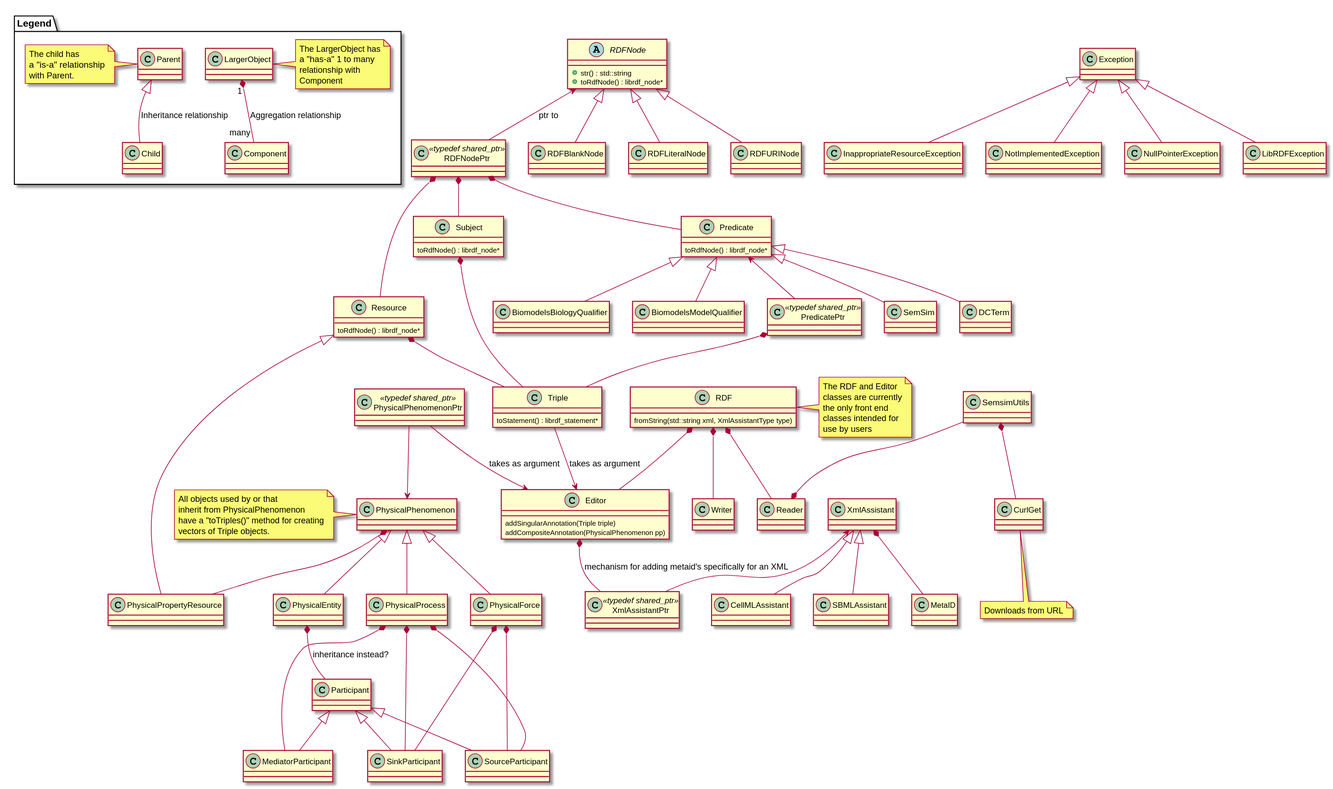
sys-bio/libOmexMeta keeps this PlantUML diagram as Design/CiaransDesignUpdatedObjectNamesOnly27_04_2020.svg. Above is the earlier version.
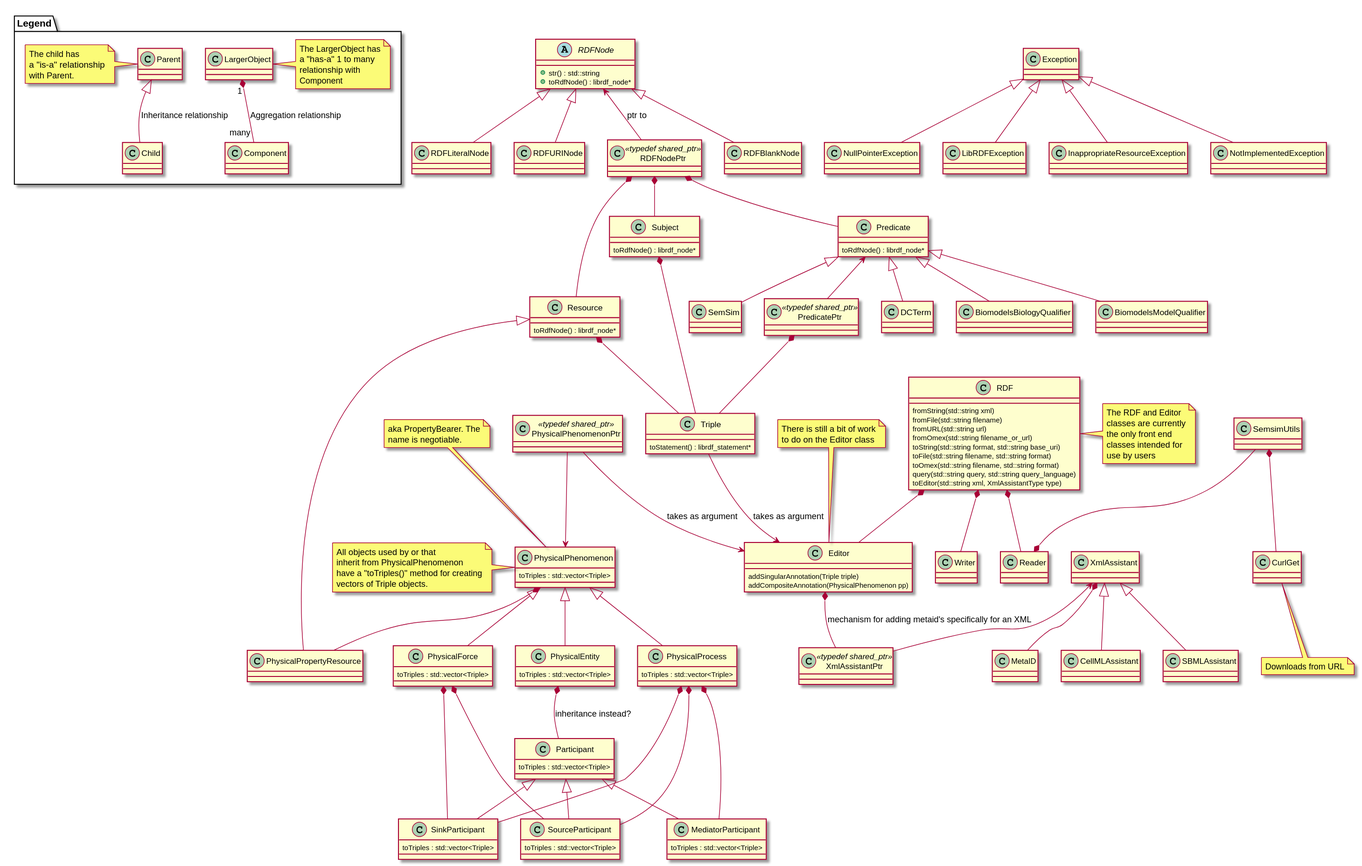
Above is the later version.

The edit, as a diff of the source:
```diff
@@ -100,40 +100,73 @@
 	class LibRDFException
 
 
-	class Participant
+	class Participant {
+	    toTriples : std::vector<Triple>
+    }
 
-	class SinkParticipant
+	class SinkParticipant{
+	    toTriples : std::vector<Triple>
+    }
 
-	class SourceParticipant
-	class MediatorParticipant
+	class SourceParticipant{
+	    toTriples : std::vector<Triple>
+    }
+	class MediatorParticipant{
+	    toTriples : std::vector<Triple>
+    }
 
 
 
-	class PhysicalEntity
+	class PhysicalEntity {
+	    toTriples : std::vector<Triple>
+	}
 
-	class PhysicalForce
+	class PhysicalForce {
+	    toTriples : std::vector<Triple>
+    }
 
-	class PhysicalPhenomenon
+	class PhysicalPhenomenon {
+	    toTriples : std::vector<Triple>
+    }
+
+    note top of PhysicalPhenomenon {
+        aka PropertyBearer. The
+        name is negotiable.
+    }
 
 	class PhysicalPhenomenonPtr <<typedef shared_ptr>>
 
-	class PhysicalProcess
+	class PhysicalProcess {
+	    toTriples : std::vector<Triple>
+    }
 
 	class PhysicalPropertyResource
 
 
 	class RDF {
-	    fromString(std::string xml, XmlAssistantType type)
+	    fromString(std::string xml)
+	    fromFile(std::string filename)
+	    fromURL(std::string url)
+	    fromOmex(std::string filename_or_url)
+	    toString(std::string format, std::string base_uri)
+	    toFile(std::string filename, std::string format)
+	    toOmex(std::string filename, std::string format)
+	    query(std::string query, std::string query_language)
+	    toEditor(std::string xml, XmlAssistantType type)
+
 	}
 
 	class Reader
-
-
 
 	class Editor {
 	    addSingularAnnotation(Triple triple)
 	    addCompositeAnnotation(PhysicalPhenomenon pp)
 	}
+	note top of Editor{
+	There is still a bit of work
+	to do on the Editor class
+	}
+
 	class XmlAssistant
 	class SBMLAssistant
 	class CellMLAssistant
```
